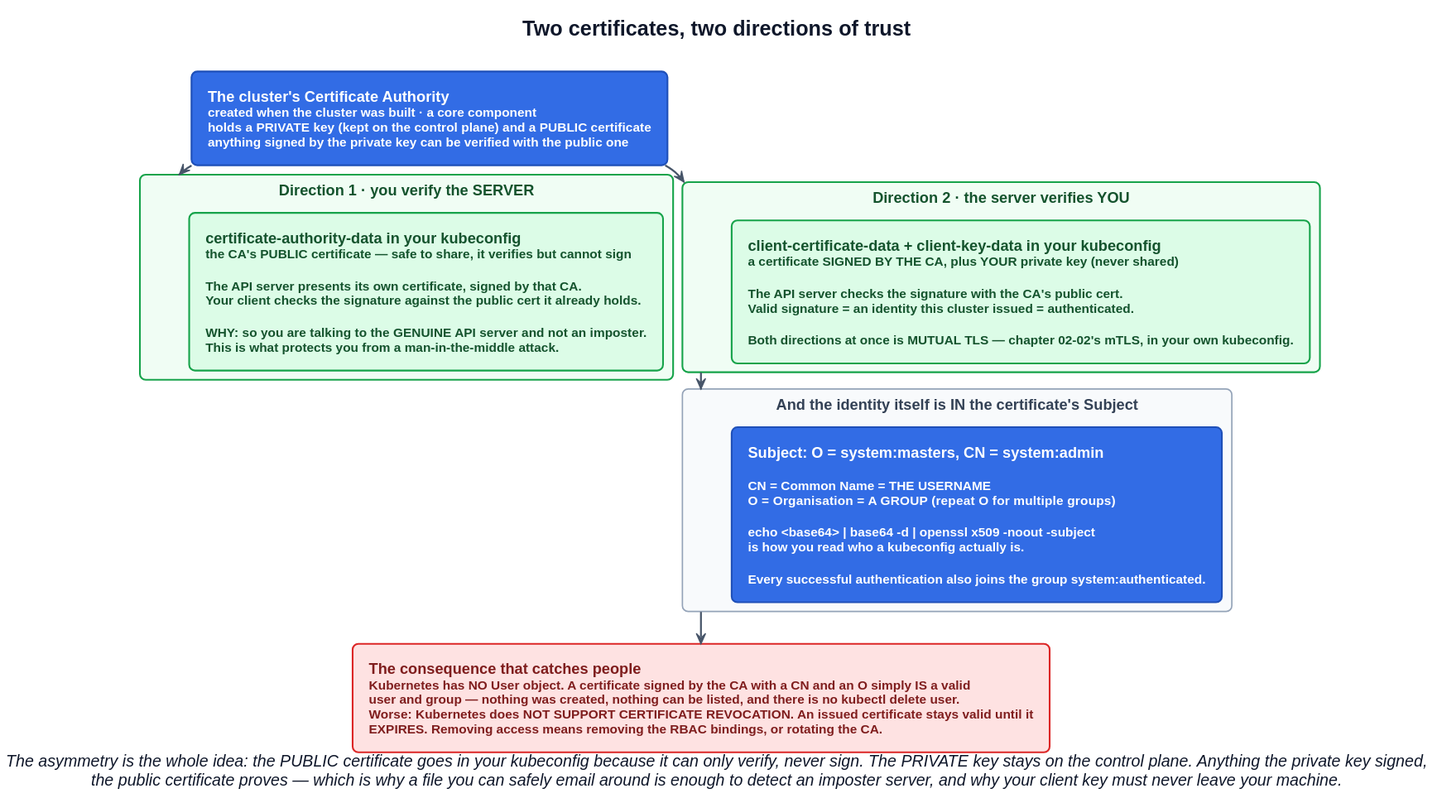
caseythecoder90/kcna-study-guide keeps this PlantUML diagram as notes/05-kubernetes-deep-dive/diagrams/05-certificates-two-directions-of-trust.svg. Above is the earlier version. The source it was exported from:
```plantuml
@startuml
!include ../../../tools/diagrams/kcna-theme.puml
title Two certificates, two directions of trust

rectangle "The cluster's Certificate Authority\n<size:11>created when the cluster was built · a core component</size>\n<size:11>holds a PRIVATE key (kept on the control plane) and a PUBLIC certificate</size>\n<size:11>anything signed by the private key can be verified with the public one</size>" <<accent>> as ca

rectangle "Direction 1 · you verify the SERVER" <<groupGood>> as d1 {
  rectangle "certificate-authority-data in your kubeconfig\n<size:11>the CA's PUBLIC certificate — safe to share, it verifies but cannot sign</size>\n\n<size:11>The API server presents its own certificate, signed by that CA.</size>\n<size:11>Your client checks the signature against the public cert it already holds.</size>\n\n<size:11>WHY: so you are talking to the GENUINE API server and not an imposter.</size>\n<size:11>This is what protects you from a man-in-the-middle attack.</size>" <<good>> as v1
}

rectangle "Direction 2 · the server verifies YOU" <<groupGood>> as d2 {
  rectangle "client-certificate-data + client-key-data in your kubeconfig\n<size:11>a certificate SIGNED BY THE CA, plus YOUR private key (never shared)</size>\n\n<size:11>The API server checks the signature with the CA's public cert.</size>\n<size:11>Valid signature = an identity this cluster issued = authenticated.</size>\n\n<size:11>Both directions at once is MUTUAL TLS — chapter 02-02's mTLS, in your own kubeconfig.</size>" <<good>> as v2
}

rectangle "And the identity itself is IN the certificate's Subject" <<group>> as subj {
  rectangle "Subject: O = system:masters, CN = system:admin\n\n<size:11>CN = Common Name = THE USERNAME</size>\n<size:11>O  = Organisation = A GROUP  (repeat O for multiple groups)</size>\n\n<size:11>echo <base64> | base64 -d | openssl x509 -noout -subject</size>\n<size:11>is how you read who a kubeconfig actually is.</size>\n\n<size:11>Every successful authentication also joins the group system:authenticated.</size>" <<accent>> as s
}

rectangle "The consequence that catches people\n<size:11>Kubernetes has NO User object. A certificate signed by the CA with a CN and an O simply IS a valid</size>\n<size:11>user and group — nothing was created, nothing can be listed, and there is no kubectl delete user.</size>\n<size:11>Worse: Kubernetes does NOT SUPPORT CERTIFICATE REVOCATION. An issued certificate stays valid until it</size>\n<size:11>EXPIRES. Removing access means removing the RBAC bindings, or rotating the CA.</size>" <<bad>> as conseq

ca -down-> d1
ca -down-> d2
d2 -down-> subj
subj -down-> conseq

caption <i>The asymmetry is the whole idea: the PUBLIC certificate goes in your kubeconfig because it can only verify, never sign. The PRIVATE key stays on the control plane. Anything the private key signed,</i>\n<i>the public certificate proves — which is why a file you can safely email around is enough to detect an imposter server, and why your client key must never leave your machine.</i>
@enduml
```
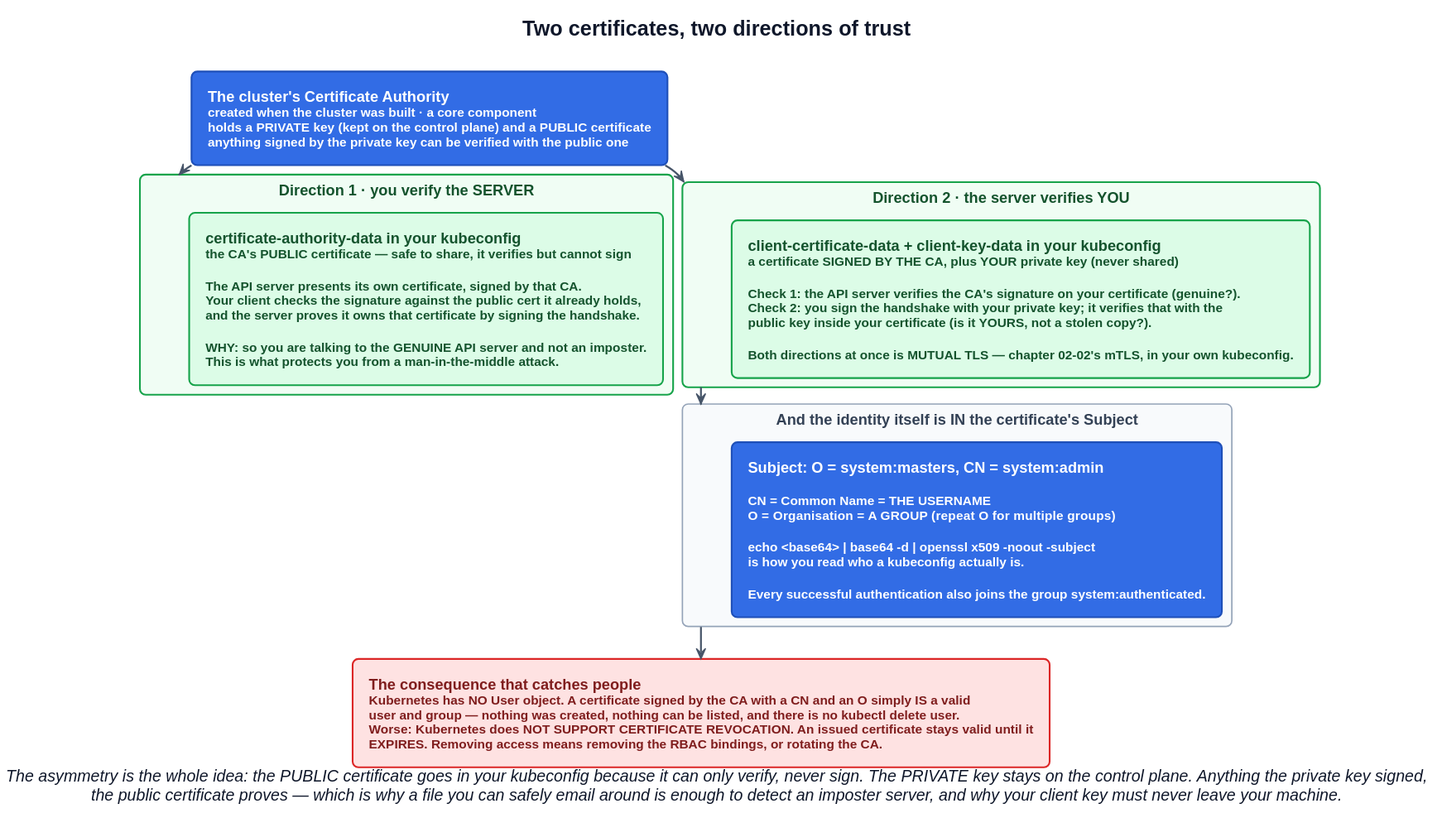
The same file after the commit.

Commit message:
Explain the mTLS possession check and the three key pairs (05-02) (#134)

Diff of the diagram source:
```diff
@@ -5,11 +5,11 @@
 rectangle "The cluster's Certificate Authority\n<size:11>created when the cluster was built · a core component</size>\n<size:11>holds a PRIVATE key (kept on the control plane) and a PUBLIC certificate</size>\n<size:11>anything signed by the private key can be verified with the public one</size>" <<accent>> as ca
 
 rectangle "Direction 1 · you verify the SERVER" <<groupGood>> as d1 {
-  rectangle "certificate-authority-data in your kubeconfig\n<size:11>the CA's PUBLIC certificate — safe to share, it verifies but cannot sign</size>\n\n<size:11>The API server presents its own certificate, signed by that CA.</size>\n<size:11>Your client checks the signature against the public cert it already holds.</size>\n\n<size:11>WHY: so you are talking to the GENUINE API server and not an imposter.</size>\n<size:11>This is what protects you from a man-in-the-middle attack.</size>" <<good>> as v1
+  rectangle "certificate-authority-data in your kubeconfig\n<size:11>the CA's PUBLIC certificate — safe to share, it verifies but cannot sign</size>\n\n<size:11>The API server presents its own certificate, signed by that CA.</size>\n<size:11>Your client checks the signature against the public cert it already holds,</size>\n<size:11>and the server proves it owns that certificate by signing the handshake.</size>\n\n<size:11>WHY: so you are talking to the GENUINE API server and not an imposter.</size>\n<size:11>This is what protects you from a man-in-the-middle attack.</size>" <<good>> as v1
 }
 
 rectangle "Direction 2 · the server verifies YOU" <<groupGood>> as d2 {
-  rectangle "client-certificate-data + client-key-data in your kubeconfig\n<size:11>a certificate SIGNED BY THE CA, plus YOUR private key (never shared)</size>\n\n<size:11>The API server checks the signature with the CA's public cert.</size>\n<size:11>Valid signature = an identity this cluster issued = authenticated.</size>\n\n<size:11>Both directions at once is MUTUAL TLS — chapter 02-02's mTLS, in your own kubeconfig.</size>" <<good>> as v2
+  rectangle "client-certificate-data + client-key-data in your kubeconfig\n<size:11>a certificate SIGNED BY THE CA, plus YOUR private key (never shared)</size>\n\n<size:11>Check 1: the API server verifies the CA's signature on your certificate (genuine?).</size>\n<size:11>Check 2: you sign the handshake with your private key; it verifies that with the</size>\n<size:11>public key inside your certificate (is it YOURS, not a stolen copy?).</size>\n\n<size:11>Both directions at once is MUTUAL TLS — chapter 02-02's mTLS, in your own kubeconfig.</size>" <<good>> as v2
 }
 
 rectangle "And the identity itself is IN the certificate's Subject" <<group>> as subj {
```
